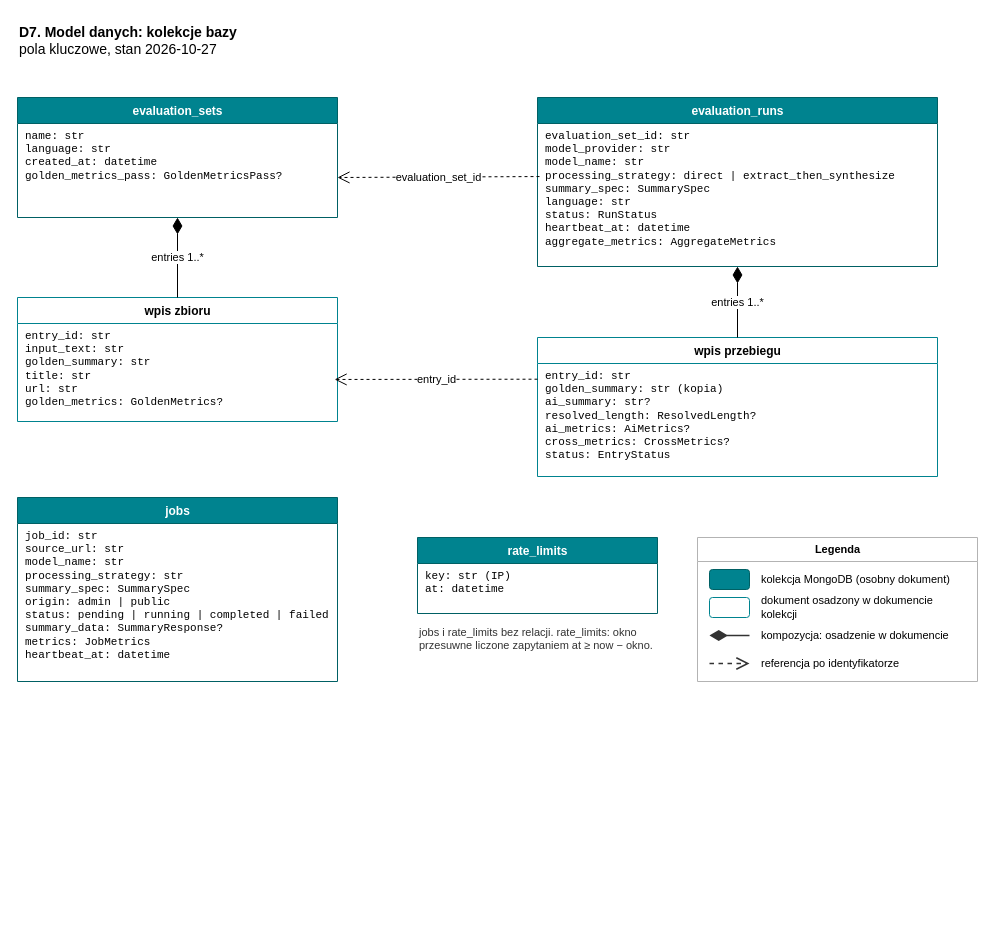
This is docs/diagrams/d7-model-danych.drawio from pkonkol/inzynierka-llm-summarizer, a draw.io file, before an edit. Source tidied: cells renumbered, new cells numbered last; positions are measured from the earlier drawing's top-left corner, leaving out a move shared by most shapes. Both pictures are drawn from the tidied source at 100%, with x=0, y=0 at pixel (17, 17).
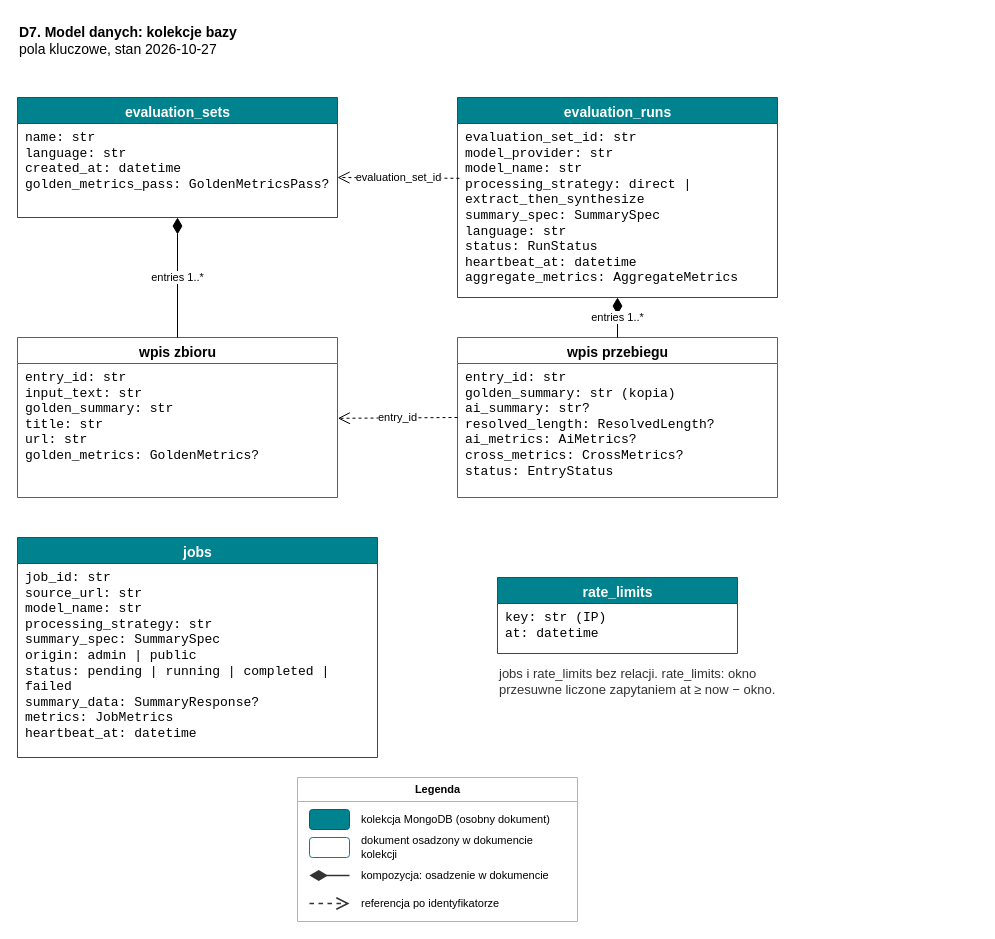
The same page after the edit.

Commit message (it also covers changes not shown here):
Refactor data model diagram: update layout, improve styling, and enhance readability of fields and relationships

Change to the diagram source:
```diff
@@
-    <mxCell id="2" parent="0" />
-    <mxCell id="3" value="&lt;b&gt;D7. Model danych: kolekcje bazy&lt;/b&gt;&lt;br&gt;pola kluczowe, stan 2026-10-27" style="text;html=1;align=left;verticalAlign=top;fontSize=14;" parent="2" vertex="1">
-      <mxGeometry width="420" height="50" as="geometry" />
-    </mxCell>
-    <mxCell id="4" value="evaluation_sets" style="swimlane;fontStyle=1;align=center;verticalAlign=top;horizontal=1;startSize=26;html=1;fillColor=#00838F;strokeColor=#006064;fontSize=12;fontColor=#FFFFFF;swimlaneFillColor=#FFFFFF;" parent="1" vertex="1">
+    <mxCell id="4" value="&lt;font style=&quot;font-size: 14px;&quot;&gt;evaluation_sets&lt;/font&gt;" style="swimlane;fontStyle=1;align=center;verticalAlign=top;horizontal=1;startSize=26;html=1;fillColor=#00838F;strokeColor=#006064;fontSize=12;fontColor=#FFFFFF;swimlaneFillColor=#FFFFFF;" parent="1" vertex="1">
       <mxGeometry y="80" width="320" height="120" as="geometry" />
     </mxCell>
-    <mxCell id="5" value="name: str&lt;br&gt;language: str&lt;br&gt;created_at: datetime&lt;br&gt;golden_metrics_pass: GoldenMetricsPass?" style="text;html=1;strokeColor=none;fillColor=none;align=left;verticalAlign=top;spacingLeft=6;spacingRight=4;overflow=hidden;fontSize=11;fontFamily=Courier New;whiteSpace=wrap;" parent="4" vertex="1">
+    <mxCell id="5" value="&lt;font style=&quot;font-size: 13px;&quot;&gt;name: str&lt;br&gt;language: str&lt;br&gt;created_at: datetime&lt;br&gt;golden_metrics_pass: GoldenMetricsPass?&lt;/font&gt;" style="text;html=1;strokeColor=none;fillColor=none;align=left;verticalAlign=top;spacingLeft=6;spacingRight=4;overflow=hidden;fontSize=11;fontFamily=Courier New;whiteSpace=wrap;" parent="4" vertex="1">
       <mxGeometry y="26" width="320" height="94" as="geometry" />
     </mxCell>
-    <mxCell id="6" value="wpis zbioru" style="swimlane;fontStyle=1;align=center;verticalAlign=top;horizontal=1;startSize=26;html=1;fillColor=#FFFFFF;strokeColor=#00838F;fontSize=12;fontColor=#000000;swimlaneFillColor=#FFFFFF;" parent="1" vertex="1">
-      <mxGeometry y="280" width="320" height="124" as="geometry" />
+    <mxCell id="6" value="&lt;font style=&quot;font-size: 14px;&quot;&gt;wpis zbioru&lt;/font&gt;" style="swimlane;fontStyle=1;align=center;verticalAlign=top;horizontal=1;startSize=26;html=1;fillColor=#FFFFFF;strokeColor=#00838F;fontSize=12;fontColor=#000000;swimlaneFillColor=#FFFFFF;" parent="1" vertex="1">
+      <mxGeometry y="320" width="320" height="160" as="geometry" />
     </mxCell>
-    <mxCell id="7" value="entry_id: str&lt;br&gt;input_text: str&lt;br&gt;golden_summary: str&lt;br&gt;title: str&lt;br&gt;url: str&lt;br&gt;golden_metrics: GoldenMetrics?" style="text;html=1;strokeColor=none;fillColor=none;align=left;verticalAlign=top;spacingLeft=6;spacingRight=4;overflow=hidden;fontSize=11;fontFamily=Courier New;whiteSpace=wrap;" parent="6" vertex="1">
-      <mxGeometry y="26" width="320" height="98" as="geometry" />
+    <mxCell id="7" value="&lt;font style=&quot;font-size: 13px;&quot;&gt;entry_id: str&lt;br&gt;input_text: str&lt;br&gt;golden_summary: str&lt;br&gt;title: str&lt;br&gt;url: str&lt;br&gt;golden_metrics: GoldenMetrics?&lt;/font&gt;" style="text;html=1;strokeColor=none;fillColor=none;align=left;verticalAlign=top;spacingLeft=6;spacingRight=4;overflow=hidden;fontSize=11;fontFamily=Courier New;whiteSpace=wrap;" parent="6" vertex="1">
+      <mxGeometry y="26" width="320" height="134" as="geometry" />
     </mxCell>
-    <mxCell id="8" value="evaluation_runs" style="swimlane;fontStyle=1;align=center;verticalAlign=top;horizontal=1;startSize=26;html=1;fillColor=#00838F;strokeColor=#006064;fontSize=12;fontColor=#FFFFFF;swimlaneFillColor=#FFFFFF;" parent="1" vertex="1">
-      <mxGeometry x="520" y="80" width="400" height="169" as="geometry" />
+    <mxCell id="8" value="&lt;font style=&quot;font-size: 14px;&quot;&gt;evaluation_runs&lt;/font&gt;" style="swimlane;fontStyle=1;align=center;verticalAlign=top;horizontal=1;startSize=26;html=1;fillColor=#00838F;strokeColor=#006064;fontSize=12;fontColor=#FFFFFF;swimlaneFillColor=#FFFFFF;" parent="1" vertex="1">
+      <mxGeometry x="440" y="80" width="320" height="200" as="geometry" />
     </mxCell>
-    <mxCell id="9" value="evaluation_set_id: str&lt;br&gt;model_provider: str&lt;br&gt;model_name: str&lt;br&gt;processing_strategy: direct | extract_then_synthesize&lt;br&gt;summary_spec: SummarySpec&lt;br&gt;language: str&lt;br&gt;status: RunStatus&lt;br&gt;heartbeat_at: datetime&lt;br&gt;aggregate_metrics: AggregateMetrics" style="text;html=1;strokeColor=none;fillColor=none;align=left;verticalAlign=top;spacingLeft=6;spacingRight=4;overflow=hidden;fontSize=11;fontFamily=Courier New;whiteSpace=wrap;" parent="8" vertex="1">
-      <mxGeometry y="26" width="400" height="143" as="geometry" />
+    <mxCell id="9" value="&lt;font style=&quot;font-size: 13px;&quot;&gt;evaluation_set_id: str&lt;br&gt;model_provider: str&lt;br&gt;model_name: str&lt;br&gt;processing_strategy: direct | extract_then_synthesize&lt;br&gt;summary_spec: SummarySpec&lt;br&gt;language: str&lt;br&gt;status: RunStatus&lt;br&gt;heartbeat_at: datetime&lt;br&gt;aggregate_metrics: AggregateMetrics&lt;/font&gt;" style="text;html=1;strokeColor=none;fillColor=none;align=left;verticalAlign=top;spacingLeft=6;spacingRight=4;overflow=hidden;fontSize=11;fontFamily=Courier New;whiteSpace=wrap;" parent="8" vertex="1">
+      <mxGeometry y="26" width="320" height="174" as="geometry" />
     </mxCell>
-    <mxCell id="10" value="wpis przebiegu" style="swimlane;fontStyle=1;align=center;verticalAlign=top;horizontal=1;startSize=26;html=1;fillColor=#FFFFFF;strokeColor=#00838F;fontSize=12;fontColor=#000000;swimlaneFillColor=#FFFFFF;" parent="1" vertex="1">
-      <mxGeometry x="520" y="320" width="400" height="139" as="geometry" />
+    <mxCell id="10" value="&lt;font style=&quot;font-size: 14px;&quot;&gt;wpis przebiegu&lt;/font&gt;" style="swimlane;fontStyle=1;align=center;verticalAlign=top;horizontal=1;startSize=26;html=1;fillColor=#FFFFFF;strokeColor=#00838F;fontSize=12;fontColor=#000000;swimlaneFillColor=#FFFFFF;" parent="1" vertex="1">
+      <mxGeometry x="440" y="320" width="320" height="160" as="geometry" />
     </mxCell>
-    <mxCell id="11" value="entry_id: str&lt;br&gt;golden_summary: str (kopia)&lt;br&gt;ai_summary: str?&lt;br&gt;resolved_length: ResolvedLength?&lt;br&gt;ai_metrics: AiMetrics?&lt;br&gt;cross_metrics: CrossMetrics?&lt;br&gt;status: EntryStatus" style="text;html=1;strokeColor=none;fillColor=none;align=left;verticalAlign=top;spacingLeft=6;spacingRight=4;overflow=hidden;fontSize=11;fontFamily=Courier New;whiteSpace=wrap;" parent="10" vertex="1">
-      <mxGeometry y="26" width="400" height="113" as="geometry" />
+    <mxCell id="11" value="&lt;font style=&quot;font-size: 13px;&quot;&gt;entry_id: str&lt;br&gt;golden_summary: str (kopia)&lt;br&gt;ai_summary: str?&lt;br&gt;resolved_length: ResolvedLength?&lt;br&gt;ai_metrics: AiMetrics?&lt;br&gt;cross_metrics: CrossMetrics?&lt;br&gt;status: EntryStatus&lt;/font&gt;" style="text;html=1;strokeColor=none;fillColor=none;align=left;verticalAlign=top;spacingLeft=6;spacingRight=4;overflow=hidden;fontSize=11;fontFamily=Courier New;whiteSpace=wrap;" parent="10" vertex="1">
+      <mxGeometry y="26" width="320" height="134" as="geometry" />
     </mxCell>
-    <mxCell id="12" value="jobs" style="swimlane;fontStyle=1;align=center;verticalAlign=top;horizontal=1;startSize=26;html=1;fillColor=#00838F;strokeColor=#006064;fontSize=12;fontColor=#FFFFFF;swimlaneFillColor=#FFFFFF;" parent="1" vertex="1">
-      <mxGeometry y="480" width="320" height="184" as="geometry" />
+    <mxCell id="12" value="&lt;span style=&quot;color: light-dark(rgb(255, 255, 255), rgb(255, 255, 255));&quot;&gt;&lt;font style=&quot;font-size: 14px;&quot;&gt;jobs&lt;/font&gt;&lt;/span&gt;" style="swimlane;fontStyle=1;align=center;verticalAlign=top;horizontal=1;startSize=26;html=1;fillColor=#00838F;strokeColor=#006064;fontSize=12;fontColor=#FFFFFF;swimlaneFillColor=#FFFFFF;" parent="1" vertex="1">
+      <mxGeometry y="520" width="360" height="220" as="geometry" />
     </mxCell>
-    <mxCell id="13" value="job_id: str&lt;br&gt;source_url: str&lt;br&gt;model_name: str&lt;br&gt;processing_strategy: str&lt;br&gt;summary_spec: SummarySpec&lt;br&gt;origin: admin | public&lt;br&gt;status: pending | running | completed | failed&lt;br&gt;summary_data: SummaryResponse?&lt;br&gt;metrics: JobMetrics&lt;br&gt;heartbeat_at: datetime" style="text;html=1;strokeColor=none;fillColor=none;align=left;verticalAlign=top;spacingLeft=6;spacingRight=4;overflow=hidden;fontSize=11;fontFamily=Courier New;whiteSpace=wrap;" parent="12" vertex="1">
-      <mxGeometry y="26" width="320" height="158" as="geometry" />
+    <mxCell id="13" value="&lt;font style=&quot;font-size: 13px;&quot;&gt;job_id: str&lt;br&gt;source_url: str&lt;br&gt;model_name: str&lt;br&gt;processing_strategy: str&lt;br&gt;summary_spec: SummarySpec&lt;br&gt;origin: admin | public&lt;br&gt;status: pending | running | completed | failed&lt;br&gt;summary_data: SummaryResponse?&lt;br&gt;metrics: JobMetrics&lt;br&gt;heartbeat_at: datetime&lt;/font&gt;" style="text;html=1;strokeColor=none;fillColor=none;align=left;verticalAlign=top;spacingLeft=6;spacingRight=4;overflow=hidden;fontSize=11;fontFamily=Courier New;whiteSpace=wrap;" parent="12" vertex="1">
+      <mxGeometry y="26" width="360" height="194" as="geometry" />
     </mxCell>
-    <mxCell id="14" value="rate_limits" style="swimlane;fontStyle=1;align=center;verticalAlign=top;horizontal=1;startSize=26;html=1;fillColor=#00838F;strokeColor=#006064;fontSize=12;fontColor=#FFFFFF;swimlaneFillColor=#FFFFFF;" parent="1" vertex="1">
-      <mxGeometry x="400" y="520" width="240" height="76" as="geometry" />
+    <mxCell id="14" value="&lt;font style=&quot;font-size: 14px;&quot;&gt;rate_limits&lt;/font&gt;" style="swimlane;fontStyle=1;align=center;verticalAlign=top;horizontal=1;startSize=26;html=1;fillColor=#00838F;strokeColor=#006064;fontSize=12;fontColor=#FFFFFF;swimlaneFillColor=#FFFFFF;" parent="1" vertex="1">
+      <mxGeometry x="480" y="560" width="240" height="76" as="geometry" />
     </mxCell>
-    <mxCell id="15" value="key: str (IP)&lt;br&gt;at: datetime" style="text;html=1;strokeColor=none;fillColor=none;align=left;verticalAlign=top;spacingLeft=6;spacingRight=4;overflow=hidden;fontSize=11;fontFamily=Courier New;whiteSpace=wrap;" parent="14" vertex="1">
+    <mxCell id="15" value="&lt;font style=&quot;font-size: 13px;&quot;&gt;key: str (IP)&lt;br&gt;at: datetime&lt;/font&gt;" style="text;html=1;strokeColor=none;fillColor=none;align=left;verticalAlign=top;spacingLeft=6;spacingRight=4;overflow=hidden;fontSize=11;fontFamily=Courier New;whiteSpace=wrap;" parent="14" vertex="1">
       <mxGeometry y="26" width="240" height="50" as="geometry" />
     </mxCell>
@@
-    <mxCell id="18" value="evaluation_set_id" style="endArrow=open;endSize=10;dashed=1;html=1;rounded=0;fontSize=11;labelBackgroundColor=default;exitX=0.005;exitY=0.371;exitDx=0;exitDy=0;exitPerimeter=0;" parent="1" edge="1" source="9">
+    <mxCell id="18" value="evaluation_set_id" style="endArrow=open;endSize=10;dashed=1;html=1;rounded=0;fontSize=11;labelBackgroundColor=default;exitX=0.006;exitY=0.315;exitDx=0;exitDy=0;exitPerimeter=0;" parent="1" edge="1" source="9">
       <mxGeometry relative="1" as="geometry">
         <mxPoint x="320" y="160" as="targetPoint" />
       </mxGeometry>
     </mxCell>
-    <mxCell id="19" value="entry_id" style="endArrow=open;endSize=10;dashed=1;html=1;rounded=0;fontSize=11;labelBackgroundColor=default;exitX=0;exitY=0.3;exitDx=0;exitDy=0;entryX=0.991;entryY=0.571;entryDx=0;entryDy=0;entryPerimeter=0;" parent="1" edge="1" source="10" target="7">
+    <mxCell id="19" value="entry_id" style="endArrow=open;endSize=10;dashed=1;html=1;rounded=0;fontSize=11;labelBackgroundColor=default;exitX=0;exitY=0.5;exitDx=0;exitDy=0;entryX=1.001;entryY=0.409;entryDx=0;entryDy=0;entryPerimeter=0;" parent="1" edge="1" source="10" target="7">
       <mxGeometry relative="1" as="geometry" />
     </mxCell>
-    <mxCell id="20" value="jobs i rate_limits bez relacji. rate_limits: okno przesuwne liczone zapytaniem at ≥ now − okno." style="text;html=1;align=left;verticalAlign=top;fontSize=11;whiteSpace=wrap;fontColor=#333333;" parent="1" vertex="1">
-      <mxGeometry x="400" y="602" width="260" height="50" as="geometry" />
+    <mxCell id="20" value="&lt;font style=&quot;font-size: 13px;&quot;&gt;jobs i rate_limits bez relacji. rate_limits: okno przesuwne liczone zapytaniem at ≥ now − okno.&lt;/font&gt;" style="text;html=1;align=left;verticalAlign=top;fontSize=11;whiteSpace=wrap;fontColor=#333333;" parent="1" vertex="1">
+      <mxGeometry x="480" y="642" width="280" height="50" as="geometry" />
     </mxCell>
     <mxCell id="21" value="Legenda" style="swimlane;startSize=24;html=1;fontSize=11;fontStyle=1;fillColor=none;strokeColor=#B3B3B3;" parent="1" vertex="1">
-      <mxGeometry x="680" y="520" width="280" height="144" as="geometry" />
+      <mxGeometry x="280" y="760" width="280" height="144" as="geometry" />
     </mxCell>
@@
+    <mxCell id="2" parent="0" />
+    <mxCell id="3" value="&lt;b&gt;D7. Model danych: kolekcje bazy&lt;/b&gt;&lt;br&gt;pola kluczowe, stan 2026-10-27" style="text;html=1;align=left;verticalAlign=top;fontSize=14;" parent="2" vertex="1">
+      <mxGeometry width="420" height="50" as="geometry" />
+    </mxCell>
```
